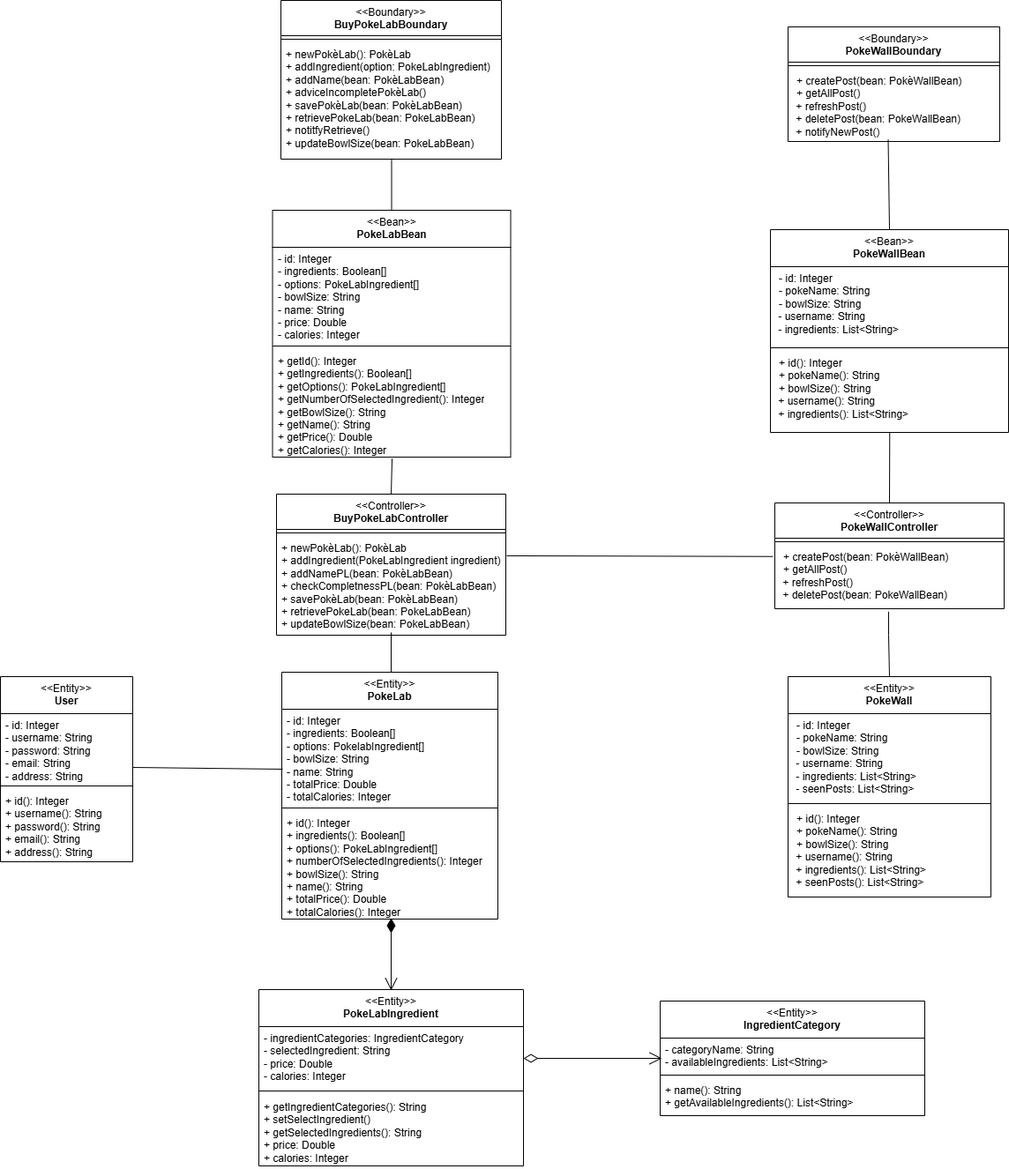
Above: diagrams/BCE.drawio.png in matteopinfildi/YourPoke-ISPWProject (draw.io), before the change. Source tidied: cells renumbered, new cells last; positions are measured from the earlier drawing's top-left corner, leaving out a move shared by most shapes.
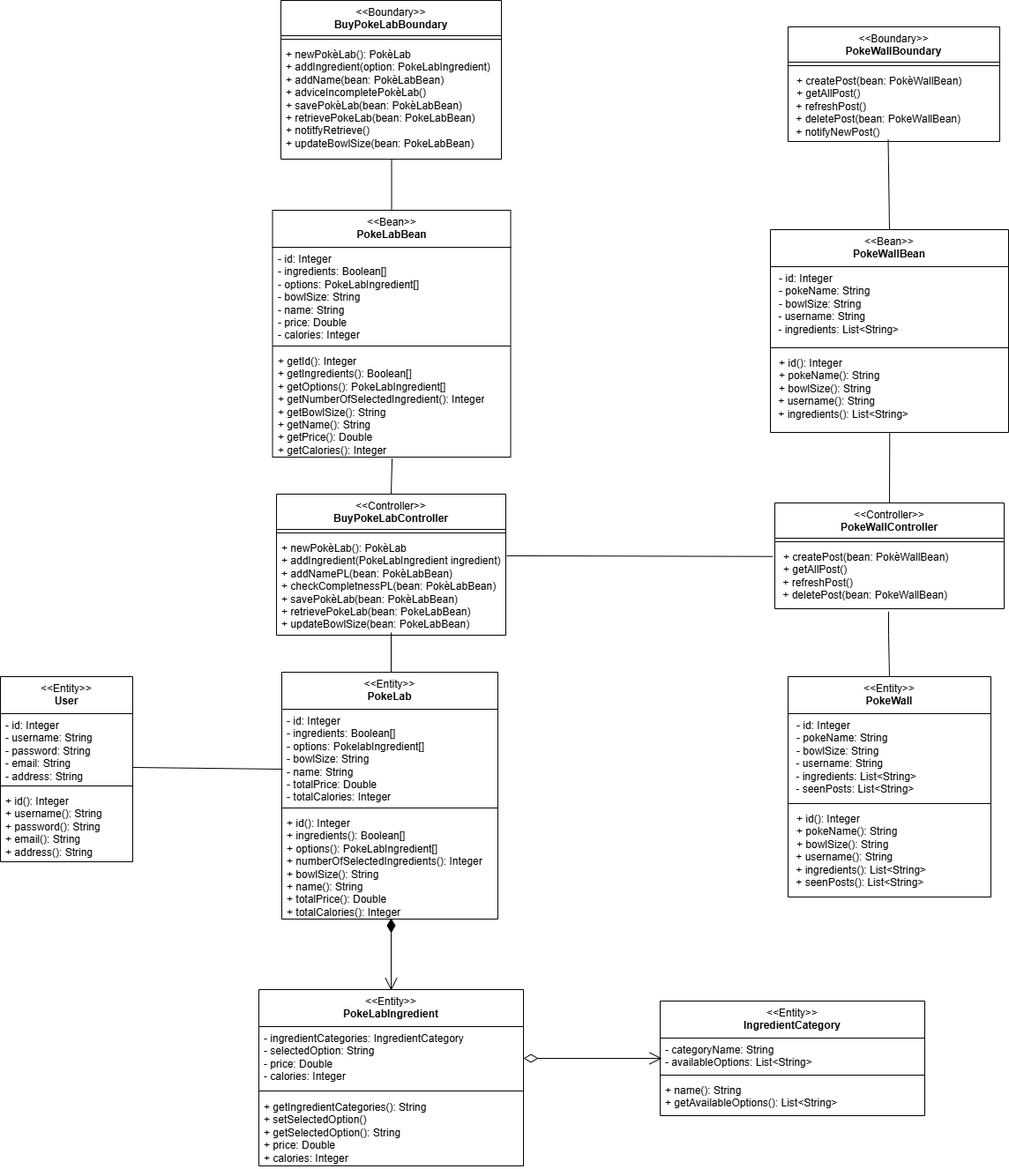
The same diagram one commit later.

Change to the diagram source:
```diff
@@ -113,25 +113,25 @@
     <mxCell id="34" value="&lt;div&gt;&lt;span style=&quot;font-weight: 400;&quot;&gt;&amp;lt;&amp;lt;Entity&amp;gt;&amp;gt;&lt;/span&gt;&lt;br&gt;&lt;/div&gt;PokeLabIngredient" style="swimlane;fontStyle=1;align=center;verticalAlign=top;horizontal=1;startSize=42;whiteSpace=wrap;html=1;" parent="1" vertex="1">
       <mxGeometry x="293" y="1122" width="300" height="200" as="geometry" />
     </mxCell>
-    <mxCell id="35" value="- ingredientCategories: IngredientCategory&lt;div&gt;- selectedIngredient: String&lt;/div&gt;&lt;div&gt;&lt;span style=&quot;background-color: transparent; color: light-dark(rgb(0, 0, 0), rgb(255, 255, 255));&quot;&gt;- price: Double&lt;/span&gt;&lt;div&gt;- calories: Integer&lt;/div&gt;&lt;/div&gt;" style="text;strokeColor=none;fillColor=none;align=left;verticalAlign=top;spacingLeft=4;spacingRight=4;overflow=hidden;whiteSpace=wrap;html=1;" parent="34" vertex="1">
+    <mxCell id="35" value="- ingredientCategories: IngredientCategory&lt;div&gt;- selectedOption: String&lt;/div&gt;&lt;div&gt;&lt;span style=&quot;background-color: transparent; color: light-dark(rgb(0, 0, 0), rgb(255, 255, 255));&quot;&gt;- price: Double&lt;/span&gt;&lt;div&gt;- calories: Integer&lt;/div&gt;&lt;/div&gt;" style="text;strokeColor=none;fillColor=none;align=left;verticalAlign=top;spacingLeft=4;spacingRight=4;overflow=hidden;whiteSpace=wrap;html=1;" parent="34" vertex="1">
       <mxGeometry y="42" width="300" height="68" as="geometry" />
     </mxCell>
     <mxCell id="36" style="line;strokeWidth=1;fillColor=none;align=left;verticalAlign=middle;spacingTop=-1;spacingLeft=3;spacingRight=3;labelPosition=right;strokeColor=inherit;" parent="34" vertex="1">
       <mxGeometry y="110" width="300" height="10" as="geometry" />
     </mxCell>
-    <mxCell id="37" value="+ getIngredientCategories(): String&lt;div&gt;+ setSelectIngredient()&lt;/div&gt;&lt;div&gt;+ getSelectedIngredients(): String&lt;/div&gt;&lt;div&gt;&lt;div&gt;+ price: Double&lt;/div&gt;&lt;div&gt;+ calories: Integer&lt;/div&gt;&lt;/div&gt;" style="text;strokeColor=none;fillColor=none;align=left;verticalAlign=top;spacingLeft=4;spacingRight=4;overflow=hidden;whiteSpace=wrap;html=1;" parent="34" vertex="1">
+    <mxCell id="37" value="+ getIngredientCategories(): String&lt;div&gt;+ setSelectedOption()&lt;/div&gt;&lt;div&gt;+ getSelectedOption(): String&lt;/div&gt;&lt;div&gt;&lt;div&gt;+ price: Double&lt;/div&gt;&lt;div&gt;+ calories: Integer&lt;/div&gt;&lt;/div&gt;" style="text;strokeColor=none;fillColor=none;align=left;verticalAlign=top;spacingLeft=4;spacingRight=4;overflow=hidden;whiteSpace=wrap;html=1;" parent="34" vertex="1">
       <mxGeometry y="120" width="300" height="80" as="geometry" />
     </mxCell>
     <mxCell id="38" value="&lt;div&gt;&lt;span style=&quot;font-weight: 400;&quot;&gt;&amp;lt;&amp;lt;Entity&amp;gt;&amp;gt;&lt;/span&gt;&lt;br&gt;&lt;/div&gt;IngredientCategory" style="swimlane;fontStyle=1;align=center;verticalAlign=top;horizontal=1;startSize=42;whiteSpace=wrap;html=1;" parent="1" vertex="1">
       <mxGeometry x="748" y="1135" width="300" height="130" as="geometry" />
     </mxCell>
-    <mxCell id="39" value="- categoryName: String&lt;div&gt;- availableIngredients: List&amp;lt;String&amp;gt;&lt;br&gt;&lt;/div&gt;" style="text;strokeColor=none;fillColor=none;align=left;verticalAlign=top;spacingLeft=4;spacingRight=4;overflow=hidden;whiteSpace=wrap;html=1;" parent="38" vertex="1">
+    <mxCell id="39" value="- categoryName: String&lt;div&gt;- availableOptions: List&amp;lt;String&amp;gt;&lt;br&gt;&lt;/div&gt;" style="text;strokeColor=none;fillColor=none;align=left;verticalAlign=top;spacingLeft=4;spacingRight=4;overflow=hidden;whiteSpace=wrap;html=1;" parent="38" vertex="1">
       <mxGeometry y="42" width="300" height="38" as="geometry" />
     </mxCell>
     <mxCell id="40" style="line;strokeWidth=1;fillColor=none;align=left;verticalAlign=middle;spacingTop=-1;spacingLeft=3;spacingRight=3;labelPosition=right;strokeColor=inherit;" parent="38" vertex="1">
       <mxGeometry y="80" width="300" height="8" as="geometry" />
     </mxCell>
-    <mxCell id="41" value="&lt;div&gt;+ name(): String&lt;/div&gt;+ getAvailableIngredients(): List&amp;lt;String&amp;gt;" style="text;strokeColor=none;fillColor=none;align=left;verticalAlign=top;spacingLeft=4;spacingRight=4;overflow=hidden;whiteSpace=wrap;html=1;" parent="38" vertex="1">
+    <mxCell id="41" value="&lt;div&gt;+ name(): String&lt;/div&gt;+ getAvailableOptions(): List&amp;lt;String&amp;gt;" style="text;strokeColor=none;fillColor=none;align=left;verticalAlign=top;spacingLeft=4;spacingRight=4;overflow=hidden;whiteSpace=wrap;html=1;" parent="38" vertex="1">
       <mxGeometry y="88" width="300" height="42" as="geometry" />
     </mxCell>
     <mxCell id="42" style="endArrow=none;html=1;rounded=0;entryX=0.501;entryY=1.007;entryDx=0;entryDy=0;entryPerimeter=0;exitX=0.5;exitY=0;exitDx=0;exitDy=0;" parent="1" edge="1" source="10" target="46">
```
